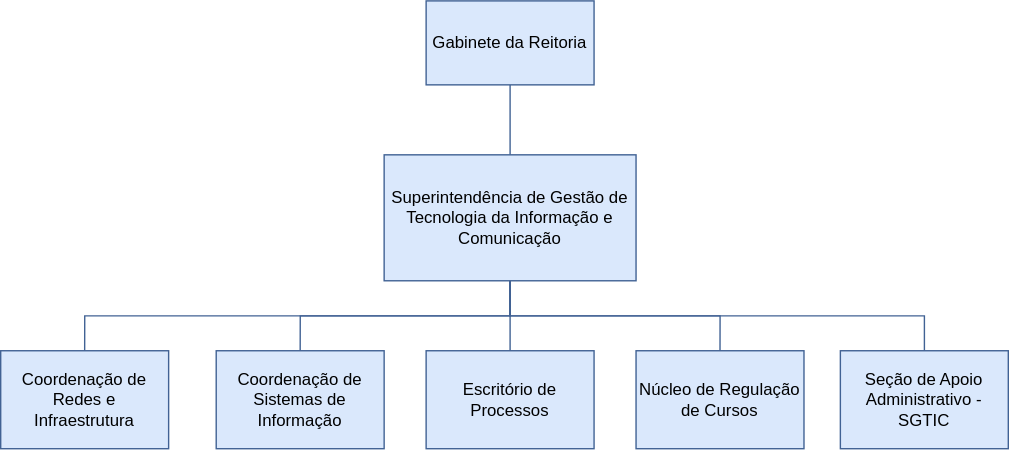
Bariand/diagramas-gestao-ufpel keeps this draw.io diagram as Estrutura_SGTIC.drawio.svg. Above is the earlier version. Source tidied: cells renumbered, new cells last; positions are measured from the earlier drawing's top-left corner, leaving out a move shared by most shapes. Source of this version:
```xml
<mxGraphModel>
  <root>
    <mxCell id="0" />
    <mxCell id="1" parent="0" />
    <mxCell id="2" style="edgeStyle=orthogonalEdgeStyle;rounded=0;jettySize=auto;html=1;endArrow=none;startFill=0;fillColor=#dae8fc;strokeColor=light-dark(#416294, #5c79a3);" parent="1" edge="1" source="3" target="9">
      <mxGeometry relative="1" as="geometry" />
    </mxCell>
    <mxCell id="3" value="Gabinete da Reitoria" style="rounded=0;whiteSpace=wrap;html=1;fillColor=#dae8fc;strokeColor=light-dark(#416294, #5c79a3);" parent="1" vertex="1">
      <mxGeometry x="304" width="120" height="60" as="geometry" />
    </mxCell>
    <mxCell id="4" style="edgeStyle=orthogonalEdgeStyle;rounded=0;jettySize=auto;html=1;endArrow=none;startFill=0;fillColor=#dae8fc;strokeColor=light-dark(#416294, #5c79a3);" parent="1" edge="1" source="9" target="12">
      <mxGeometry relative="1" as="geometry" />
    </mxCell>
    <mxCell id="5" style="edgeStyle=orthogonalEdgeStyle;rounded=0;jettySize=auto;html=1;exitX=0.5;exitY=1;exitDx=0;exitDy=0;entryX=0.5;entryY=0;entryDx=0;entryDy=0;endArrow=none;startFill=0;fillColor=#dae8fc;strokeColor=light-dark(#416294, #5c79a3);" parent="1" edge="1" source="9" target="11">
      <mxGeometry relative="1" as="geometry" />
    </mxCell>
    <mxCell id="6" style="edgeStyle=orthogonalEdgeStyle;rounded=0;jettySize=auto;html=1;exitX=0.5;exitY=1;exitDx=0;exitDy=0;entryX=0.5;entryY=0;entryDx=0;entryDy=0;endArrow=none;startFill=0;fillColor=#dae8fc;strokeColor=light-dark(#416294, #5c79a3);" parent="1" edge="1" source="9" target="10">
      <mxGeometry relative="1" as="geometry" />
    </mxCell>
    <mxCell id="7" style="edgeStyle=orthogonalEdgeStyle;rounded=0;jettySize=auto;html=1;exitX=0.5;exitY=1;exitDx=0;exitDy=0;entryX=0.5;entryY=0;entryDx=0;entryDy=0;endArrow=none;startFill=0;fillColor=#dae8fc;strokeColor=light-dark(#416294, #5c79a3);" parent="1" edge="1" source="9" target="13">
      <mxGeometry relative="1" as="geometry" />
    </mxCell>
    <mxCell id="8" style="edgeStyle=orthogonalEdgeStyle;rounded=0;jettySize=auto;html=1;exitX=0.5;exitY=1;exitDx=0;exitDy=0;endArrow=none;startFill=0;fillColor=#dae8fc;strokeColor=light-dark(#416294, #5c79a3);" parent="1" edge="1" source="9" target="14">
      <mxGeometry relative="1" as="geometry" />
    </mxCell>
    <mxCell id="9" value="Superintendência de Gestão de Tecnologia da Informação e Comunicação" style="rounded=0;whiteSpace=wrap;html=1;fillColor=#dae8fc;strokeColor=light-dark(#416294, #5c79a3);" parent="1" vertex="1">
      <mxGeometry x="274" y="110" width="180" height="90" as="geometry" />
    </mxCell>
    <mxCell id="10" value="Coordenação de Redes e Infraestrutura" style="rounded=0;whiteSpace=wrap;html=1;fillColor=#dae8fc;strokeColor=light-dark(#416294, #5c79a3);" parent="1" vertex="1">
      <mxGeometry y="250" width="120" height="70" as="geometry" />
    </mxCell>
    <mxCell id="11" value="Coordenação de Sistemas de Informação" style="rounded=0;whiteSpace=wrap;html=1;fillColor=#dae8fc;strokeColor=light-dark(#416294, #5c79a3);" parent="1" vertex="1">
      <mxGeometry x="154" y="250" width="120" height="70" as="geometry" />
    </mxCell>
    <mxCell id="12" value="Escritório de Processos" style="rounded=0;whiteSpace=wrap;html=1;fillColor=#dae8fc;strokeColor=light-dark(#416294, #5c79a3);" parent="1" vertex="1">
      <mxGeometry x="304" y="250" width="120" height="70" as="geometry" />
    </mxCell>
    <mxCell id="13" value="Núcleo de Regulação de Cursos" style="rounded=0;whiteSpace=wrap;html=1;fillColor=#dae8fc;strokeColor=light-dark(#416294, #5c79a3);" parent="1" vertex="1">
      <mxGeometry x="454" y="250" width="120" height="70" as="geometry" />
    </mxCell>
    <mxCell id="14" value="Seção de Apoio Administrativo - SGTIC" style="rounded=0;whiteSpace=wrap;html=1;fillColor=#dae8fc;strokeColor=light-dark(#416294, #5c79a3);" parent="1" vertex="1">
      <mxGeometry x="600" y="250" width="120" height="70" as="geometry" />
    </mxCell>
  </root>
</mxGraphModel>
```
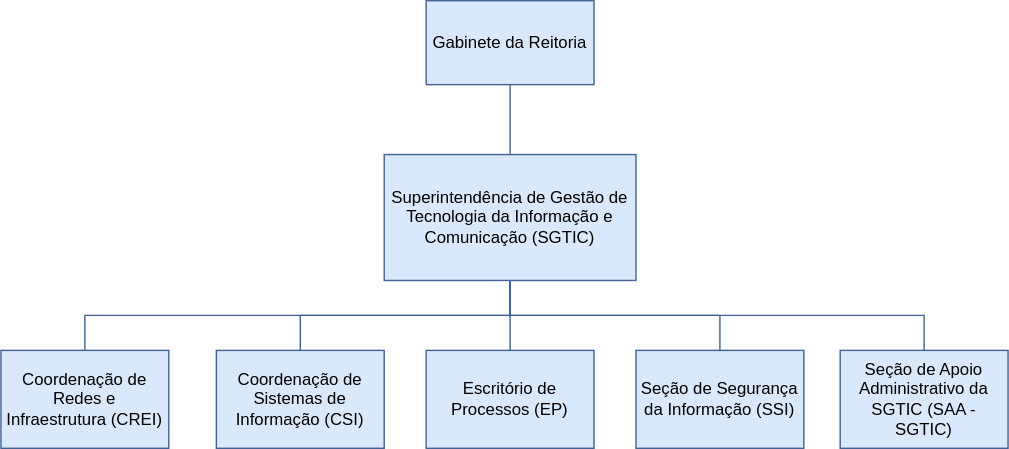
After the commit.

Diff of the diagram source:
```diff
@@ -23,22 +23,22 @@
     <mxCell id="8" style="edgeStyle=orthogonalEdgeStyle;rounded=0;jettySize=auto;html=1;exitX=0.5;exitY=1;exitDx=0;exitDy=0;endArrow=none;startFill=0;fillColor=#dae8fc;strokeColor=light-dark(#416294, #5c79a3);" parent="1" edge="1" source="9" target="14">
       <mxGeometry relative="1" as="geometry" />
     </mxCell>
-    <mxCell id="9" value="Superintendência de Gestão de Tecnologia da Informação e Comunicação" style="rounded=0;whiteSpace=wrap;html=1;fillColor=#dae8fc;strokeColor=light-dark(#416294, #5c79a3);" parent="1" vertex="1">
+    <mxCell id="9" value="Superintendência de Gestão de Tecnologia da Informação e Comunicação (SGTIC)" style="rounded=0;whiteSpace=wrap;html=1;fillColor=#dae8fc;strokeColor=light-dark(#416294, #5c79a3);" parent="1" vertex="1">
       <mxGeometry x="274" y="110" width="180" height="90" as="geometry" />
     </mxCell>
-    <mxCell id="10" value="Coordenação de Redes e Infraestrutura" style="rounded=0;whiteSpace=wrap;html=1;fillColor=#dae8fc;strokeColor=light-dark(#416294, #5c79a3);" parent="1" vertex="1">
+    <mxCell id="10" value="Coordenação de Redes e Infraestrutura (CREI)" style="rounded=0;whiteSpace=wrap;html=1;fillColor=#dae8fc;strokeColor=light-dark(#416294, #5c79a3);" parent="1" vertex="1">
       <mxGeometry y="250" width="120" height="70" as="geometry" />
     </mxCell>
-    <mxCell id="11" value="Coordenação de Sistemas de Informação" style="rounded=0;whiteSpace=wrap;html=1;fillColor=#dae8fc;strokeColor=light-dark(#416294, #5c79a3);" parent="1" vertex="1">
+    <mxCell id="11" value="Coordenação de Sistemas de Informação (CSI)" style="rounded=0;whiteSpace=wrap;html=1;fillColor=#dae8fc;strokeColor=light-dark(#416294, #5c79a3);" parent="1" vertex="1">
       <mxGeometry x="154" y="250" width="120" height="70" as="geometry" />
     </mxCell>
-    <mxCell id="12" value="Escritório de Processos" style="rounded=0;whiteSpace=wrap;html=1;fillColor=#dae8fc;strokeColor=light-dark(#416294, #5c79a3);" parent="1" vertex="1">
+    <mxCell id="12" value="Escritório de Processos (EP)" style="rounded=0;whiteSpace=wrap;html=1;fillColor=#dae8fc;strokeColor=light-dark(#416294, #5c79a3);" parent="1" vertex="1">
       <mxGeometry x="304" y="250" width="120" height="70" as="geometry" />
     </mxCell>
-    <mxCell id="13" value="Núcleo de Regulação de Cursos" style="rounded=0;whiteSpace=wrap;html=1;fillColor=#dae8fc;strokeColor=light-dark(#416294, #5c79a3);" parent="1" vertex="1">
+    <mxCell id="13" value="Seção de Segurança da Informação (SSI)" style="rounded=0;whiteSpace=wrap;html=1;fillColor=#dae8fc;strokeColor=light-dark(#416294, #5c79a3);" parent="1" vertex="1">
       <mxGeometry x="454" y="250" width="120" height="70" as="geometry" />
     </mxCell>
-    <mxCell id="14" value="Seção de Apoio Administrativo - SGTIC" style="rounded=0;whiteSpace=wrap;html=1;fillColor=#dae8fc;strokeColor=light-dark(#416294, #5c79a3);" parent="1" vertex="1">
+    <mxCell id="14" value="Seção de Apoio Administrativo da SGTIC (SAA - SGTIC)" style="rounded=0;whiteSpace=wrap;html=1;fillColor=#dae8fc;strokeColor=light-dark(#416294, #5c79a3);" parent="1" vertex="1">
       <mxGeometry x="600" y="250" width="120" height="70" as="geometry" />
     </mxCell>
   </root>
```
